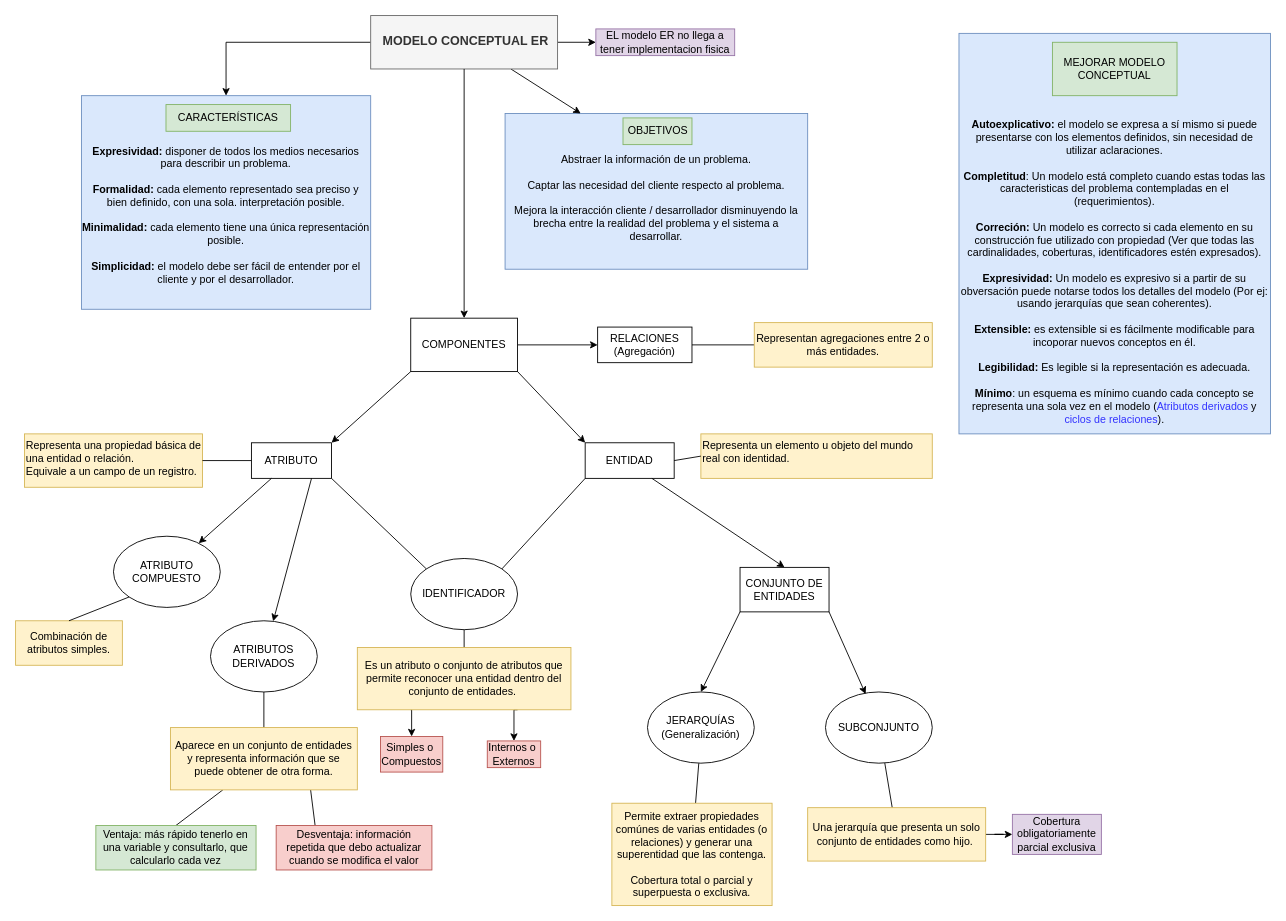
Earlier version of the draw.io diagram page "Modelo ER - Conceptual" (3 of 6) of Diagrama-resumen.drawio (senras/DBD). Source tidied: cells renumbered, new cells numbered last; positions are measured from the earlier drawing's top-left corner, leaving out a move shared by most shapes. Both pictures are drawn from the tidied source at 89%, with x=0, y=0 at pixel (15, 15).
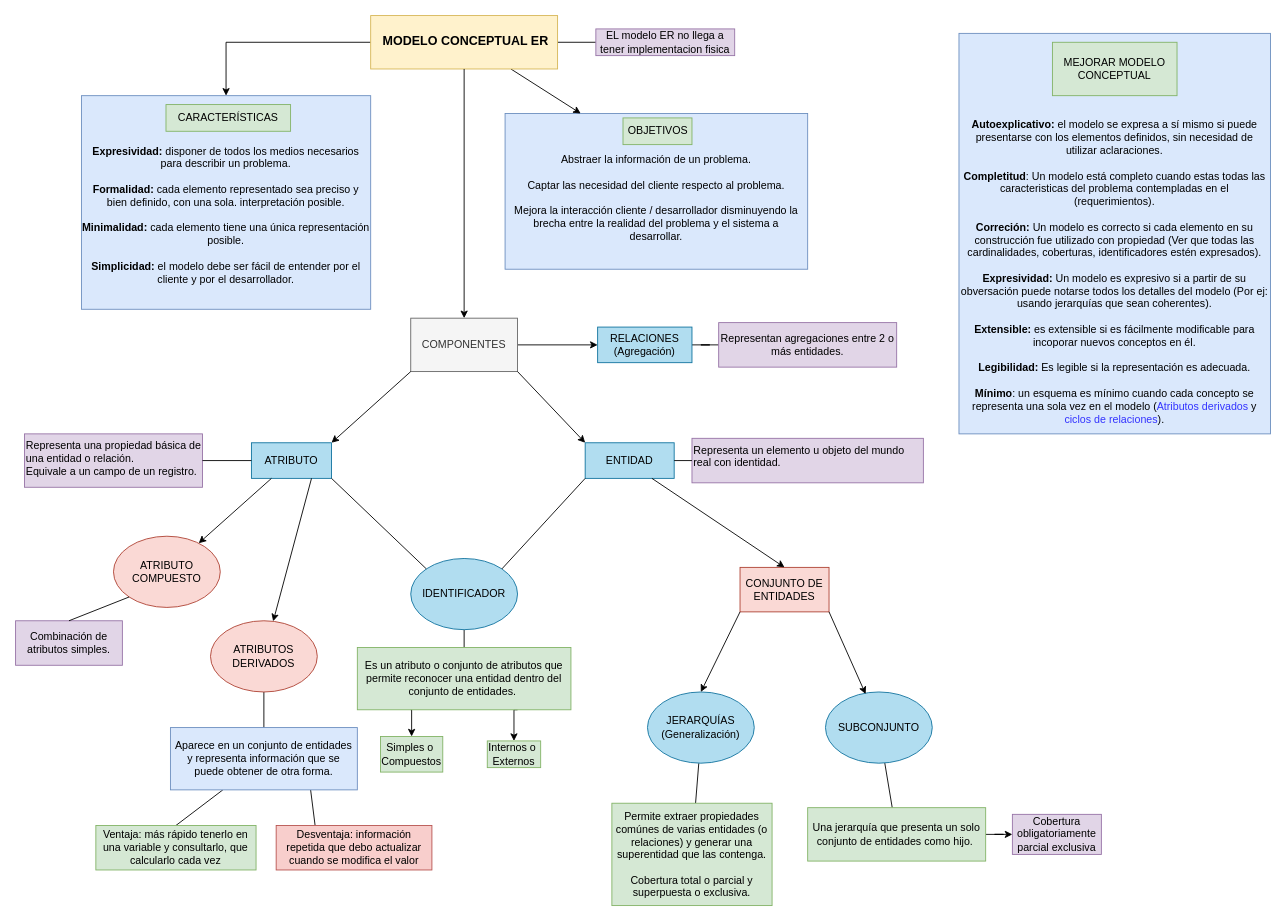
Above is the later version.

Unchanged cells that the change refers to:
```xml
<mxCell id="54" value="EL modelo ER no llega a tener implementacion fisica" style="text;html=1;strokeColor=#9673a6;fillColor=#e1d5e7;align=center;verticalAlign=middle;whiteSpace=wrap;rounded=0;" parent="1" vertex="1">
  <mxGeometry x="652" y="15" width="156" height="30" as="geometry" />
</mxCell>
```

Diff of the diagram source:
```diff
@@
-    <mxCell id="5" style="edgeStyle=orthogonalEdgeStyle;rounded=0;jettySize=auto;html=1;exitX=1;exitY=0.5;exitDx=0;exitDy=0;entryX=0;entryY=0.5;entryDx=0;entryDy=0;fontColor=#3333FF;" parent="1" edge="1" source="8" target="54">
+    <mxCell id="5" style="edgeStyle=orthogonalEdgeStyle;rounded=0;jettySize=auto;html=1;exitX=1;exitY=0.5;exitDx=0;exitDy=0;entryX=0;entryY=0.5;entryDx=0;entryDy=0;fontColor=#3333FF;endArrow=none;endFill=0;" parent="1" edge="1" source="8" target="54">
       <mxGeometry relative="1" as="geometry" />
     </mxCell>
@@
-    <mxCell id="8" value="&lt;h3&gt;&amp;nbsp;MODELO CONCEPTUAL ER&lt;/h3&gt;" style="text;whiteSpace=wrap;html=1;align=center;fillColor=#f5f5f5;fontColor=#333333;strokeColor=#666666;" parent="1" vertex="1">
+    <mxCell id="8" value="&lt;h3&gt;&amp;nbsp;MODELO CONCEPTUAL ER&lt;/h3&gt;" style="text;whiteSpace=wrap;html=1;align=center;fillColor=#fff2cc;strokeColor=#d6b656;" parent="1" vertex="1">
       <mxGeometry x="399" width="210" height="60" as="geometry" />
     </mxCell>
@@
-    <mxCell id="11" value="Representa un elemento u objeto del mundo real con identidad." style="text;whiteSpace=wrap;html=1;fillColor=#fff2cc;strokeColor=#d6b656;" parent="1" vertex="1">
-      <mxGeometry x="770" y="470" width="260" height="50" as="geometry" />
+    <mxCell id="11" value="Representa un elemento u objeto del mundo real con identidad." style="text;whiteSpace=wrap;html=1;fillColor=#e1d5e7;strokeColor=#9673a6;" parent="1" vertex="1">
+      <mxGeometry x="760" y="475" width="260" height="50" as="geometry" />
     </mxCell>
-    <mxCell id="12" value="ENTIDAD" style="rounded=0;whiteSpace=wrap;html=1;" parent="1" vertex="1">
+    <mxCell id="12" value="ENTIDAD" style="rounded=0;whiteSpace=wrap;html=1;fillColor=#b1ddf0;strokeColor=#10739e;" parent="1" vertex="1">
       <mxGeometry x="640" y="480" width="100" height="40" as="geometry" />
     </mxCell>
-    <mxCell id="13" value="CONJUNTO DE ENTIDADES" style="text;html=1;align=center;verticalAlign=middle;whiteSpace=wrap;rounded=0;fillColor=default;strokeColor=default;" parent="1" vertex="1">
+    <mxCell id="13" value="CONJUNTO DE ENTIDADES" style="text;html=1;align=center;verticalAlign=middle;whiteSpace=wrap;rounded=0;fillColor=#fad9d5;strokeColor=#ae4132;" parent="1" vertex="1">
       <mxGeometry x="814" y="620" width="100" height="50" as="geometry" />
     </mxCell>
-    <mxCell id="14" value="Representa una propiedad básica de una entidad o relación.&lt;br&gt;&lt;div&gt;Equivale a un campo de un registro&lt;span&gt;.&lt;/span&gt;&lt;/div&gt;" style="text;whiteSpace=wrap;html=1;fillColor=#fff2cc;strokeColor=#d6b656;" parent="1" vertex="1">
+    <mxCell id="14" value="Representa una propiedad básica de una entidad o relación.&lt;br&gt;&lt;div&gt;Equivale a un campo de un registro&lt;span&gt;.&lt;/span&gt;&lt;/div&gt;" style="text;whiteSpace=wrap;html=1;fillColor=#e1d5e7;strokeColor=#9673a6;" parent="1" vertex="1">
       <mxGeometry x="10" y="470" width="200" height="60" as="geometry" />
     </mxCell>
-    <mxCell id="15" value="ATRIBUTO" style="rounded=0;whiteSpace=wrap;html=1;strokeColor=default;fillColor=default;" parent="1" vertex="1">
+    <mxCell id="15" value="ATRIBUTO" style="rounded=0;whiteSpace=wrap;html=1;strokeColor=#10739e;fillColor=#b1ddf0;" parent="1" vertex="1">
       <mxGeometry x="265" y="480" width="90" height="40" as="geometry" />
     </mxCell>
-    <mxCell id="16" value="ATRIBUTO COMPUESTO" style="ellipse;whiteSpace=wrap;html=1;strokeColor=default;fillColor=default;" parent="1" vertex="1">
+    <mxCell id="16" value="ATRIBUTO COMPUESTO" style="ellipse;whiteSpace=wrap;html=1;strokeColor=#ae4132;fillColor=#fad9d5;" parent="1" vertex="1">
       <mxGeometry x="110" y="585" width="120" height="80" as="geometry" />
     </mxCell>
@@
-    <mxCell id="18" value="IDENTIFICADOR" style="ellipse;whiteSpace=wrap;html=1;strokeColor=default;fillColor=default;" parent="1" vertex="1">
+    <mxCell id="18" value="IDENTIFICADOR" style="ellipse;whiteSpace=wrap;html=1;strokeColor=#10739e;fillColor=#b1ddf0;" parent="1" vertex="1">
       <mxGeometry x="444" y="610" width="120" height="80" as="geometry" />
     </mxCell>
@@
-    <mxCell id="20" value="JERARQUÍAS&lt;br&gt;(Generalización)" style="ellipse;whiteSpace=wrap;html=1;strokeColor=default;fillColor=default;" parent="1" vertex="1">
+    <mxCell id="20" value="JERARQUÍAS&lt;br&gt;(Generalización)" style="ellipse;whiteSpace=wrap;html=1;strokeColor=#10739e;fillColor=#b1ddf0;" parent="1" vertex="1">
       <mxGeometry x="710" y="760" width="120" height="80" as="geometry" />
     </mxCell>
@@
-    <mxCell id="22" value="SUBCONJUNTO" style="ellipse;whiteSpace=wrap;html=1;strokeColor=default;fillColor=default;" parent="1" vertex="1">
+    <mxCell id="22" value="SUBCONJUNTO" style="ellipse;whiteSpace=wrap;html=1;strokeColor=#10739e;fillColor=#b1ddf0;" parent="1" vertex="1">
       <mxGeometry x="910" y="760" width="120" height="80" as="geometry" />
     </mxCell>
@@
-    <mxCell id="24" value="ATRIBUTOS DERIVADOS" style="ellipse;whiteSpace=wrap;html=1;strokeColor=default;fillColor=default;" parent="1" vertex="1">
+    <mxCell id="24" value="ATRIBUTOS DERIVADOS" style="ellipse;whiteSpace=wrap;html=1;strokeColor=#ae4132;fillColor=#fad9d5;" parent="1" vertex="1">
       <mxGeometry x="219" y="680" width="120" height="80" as="geometry" />
     </mxCell>
@@
-    <mxCell id="26" value="COMPONENTES" style="rounded=0;whiteSpace=wrap;html=1;strokeColor=default;fillColor=default;" parent="1" vertex="1">
+    <mxCell id="26" value="COMPONENTES" style="rounded=0;whiteSpace=wrap;html=1;strokeColor=#666666;fillColor=#f5f5f5;fontColor=#333333;" parent="1" vertex="1">
       <mxGeometry x="444" y="340" width="120" height="60" as="geometry" />
     </mxCell>
@@
-    <mxCell id="40" value="RELACIONES&lt;br&gt;(Agregación)" style="rounded=0;whiteSpace=wrap;html=1;strokeColor=default;fillColor=default;" parent="1" vertex="1">
+    <mxCell id="40" value="RELACIONES&lt;br&gt;(Agregación)" style="rounded=0;whiteSpace=wrap;html=1;strokeColor=#10739e;fillColor=#b1ddf0;" parent="1" vertex="1">
       <mxGeometry x="654" y="350" width="106" height="40" as="geometry" />
     </mxCell>
-    <mxCell id="41" value="Representan agregaciones entre 2 o más entidades." style="text;html=1;strokeColor=#d6b656;fillColor=#fff2cc;align=center;verticalAlign=middle;whiteSpace=wrap;rounded=0;" parent="1" vertex="1">
-      <mxGeometry x="830" y="345" width="200" height="50" as="geometry" />
+    <mxCell id="41" value="Representan agregaciones entre 2 o más entidades." style="text;html=1;strokeColor=#9673a6;fillColor=#e1d5e7;align=center;verticalAlign=middle;whiteSpace=wrap;rounded=0;" parent="1" vertex="1">
+      <mxGeometry x="790" y="345" width="200" height="50" as="geometry" />
     </mxCell>
-    <mxCell id="42" value="Combinación de atributos simples." style="text;html=1;strokeColor=#d6b656;fillColor=#fff2cc;align=center;verticalAlign=middle;whiteSpace=wrap;rounded=0;" parent="1" vertex="1">
+    <mxCell id="42" value="Combinación de atributos simples." style="text;html=1;strokeColor=#9673a6;fillColor=#e1d5e7;align=center;verticalAlign=middle;whiteSpace=wrap;rounded=0;" parent="1" vertex="1">
       <mxGeometry y="680" width="120" height="50" as="geometry" />
     </mxCell>
@@
-    <mxCell id="46" value="Es un atributo o conjunto de atributos que permite reconocer una entidad dentro del conjunto de entidades.&amp;nbsp;" style="text;html=1;strokeColor=#d6b656;fillColor=#fff2cc;align=center;verticalAlign=middle;whiteSpace=wrap;rounded=0;" parent="1" vertex="1">
+    <mxCell id="46" value="Es un atributo o conjunto de atributos que permite reconocer una entidad dentro del conjunto de entidades.&amp;nbsp;" style="text;html=1;strokeColor=#82b366;fillColor=#d5e8d4;align=center;verticalAlign=middle;whiteSpace=wrap;rounded=0;" parent="1" vertex="1">
       <mxGeometry x="384" y="710" width="240" height="70" as="geometry" />
     </mxCell>
-    <mxCell id="47" value="Permite extraer propiedades comúnes de varias entidades (o relaciones) y generar una superentidad que las contenga.&lt;br&gt;&lt;br&gt;Cobertura total o parcial y superpuesta o exclusiva." style="text;html=1;strokeColor=#d6b656;fillColor=#fff2cc;align=center;verticalAlign=middle;whiteSpace=wrap;rounded=0;" parent="1" vertex="1">
+    <mxCell id="47" value="Permite extraer propiedades comúnes de varias entidades (o relaciones) y generar una superentidad que las contenga.&lt;br&gt;&lt;br&gt;Cobertura total o parcial y superpuesta o exclusiva." style="text;html=1;strokeColor=#82b366;fillColor=#d5e8d4;align=center;verticalAlign=middle;whiteSpace=wrap;rounded=0;" parent="1" vertex="1">
       <mxGeometry x="670" y="885" width="180" height="115" as="geometry" />
     </mxCell>
@@
-    <mxCell id="49" value="Una jerarquía que presenta un solo conjunto de entidades como hijo.&amp;nbsp;" style="text;html=1;strokeColor=#d6b656;fillColor=#fff2cc;align=center;verticalAlign=middle;whiteSpace=wrap;rounded=0;" parent="1" vertex="1">
+    <mxCell id="49" value="Una jerarquía que presenta un solo conjunto de entidades como hijo.&amp;nbsp;" style="text;html=1;strokeColor=#82b366;fillColor=#d5e8d4;align=center;verticalAlign=middle;whiteSpace=wrap;rounded=0;" parent="1" vertex="1">
       <mxGeometry x="890" y="890" width="200" height="60" as="geometry" />
     </mxCell>
@@
-    <mxCell id="51" value="Aparece en un conjunto de entidades y representa información que se puede obtener de otra forma." style="text;html=1;strokeColor=#d6b656;fillColor=#fff2cc;align=center;verticalAlign=middle;whiteSpace=wrap;rounded=0;" parent="1" vertex="1">
+    <mxCell id="51" value="Aparece en un conjunto de entidades y representa información que se puede obtener de otra forma." style="text;html=1;strokeColor=#6c8ebf;fillColor=#dae8fc;align=center;verticalAlign=middle;whiteSpace=wrap;rounded=0;" parent="1" vertex="1">
       <mxGeometry x="174" y="800" width="210" height="70" as="geometry" />
     </mxCell>
@@
-    <mxCell id="55" value="Simples o&amp;nbsp;&lt;br&gt;Compuestos" style="text;html=1;strokeColor=#b85450;fillColor=#f8cecc;align=center;verticalAlign=middle;whiteSpace=wrap;rounded=0;" parent="1" vertex="1">
+    <mxCell id="55" value="Simples o&amp;nbsp;&lt;br&gt;Compuestos" style="text;html=1;strokeColor=#82b366;fillColor=#d5e8d4;align=center;verticalAlign=middle;whiteSpace=wrap;rounded=0;" parent="1" vertex="1">
       <mxGeometry x="410" y="810" width="70" height="40" as="geometry" />
     </mxCell>
-    <mxCell id="56" value="Internos o&amp;nbsp;&lt;br&gt;Externos" style="text;html=1;strokeColor=#b85450;fillColor=#f8cecc;align=center;verticalAlign=middle;whiteSpace=wrap;rounded=0;" parent="1" vertex="1">
+    <mxCell id="56" value="Internos o&amp;nbsp;&lt;br&gt;Externos" style="text;html=1;strokeColor=#82b366;fillColor=#d5e8d4;align=center;verticalAlign=middle;whiteSpace=wrap;rounded=0;" parent="1" vertex="1">
       <mxGeometry x="530" y="815" width="60" height="30" as="geometry" />
     </mxCell>
```
